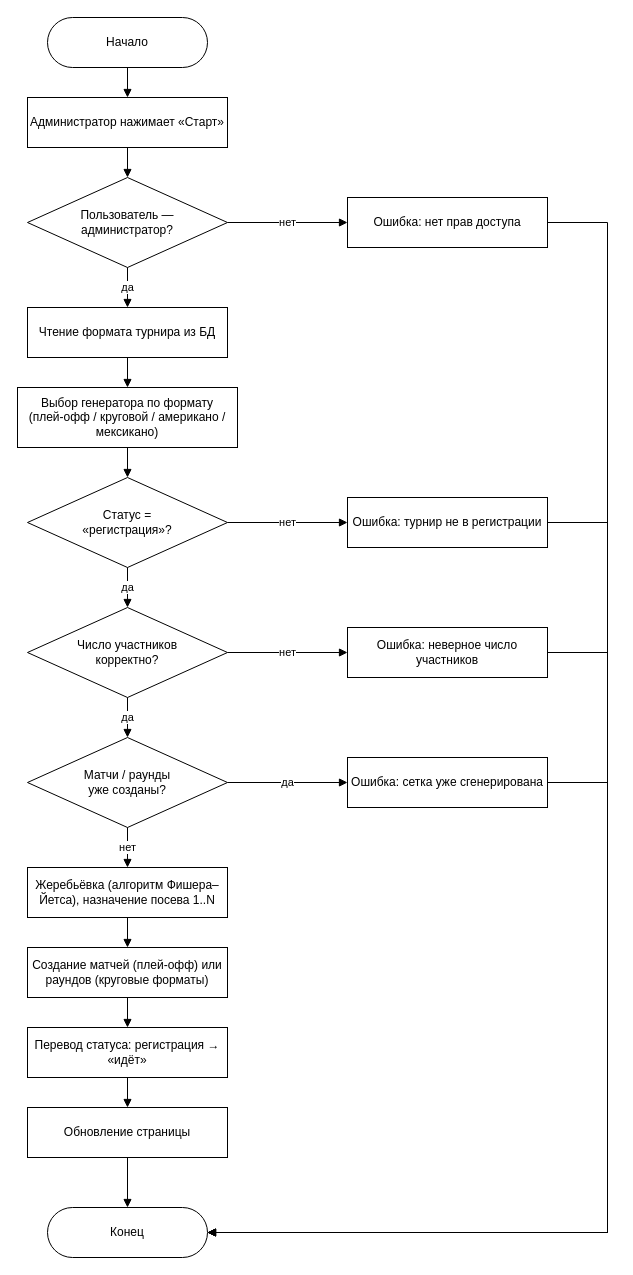
memekas/diplom keeps this draw.io diagram as docs/diagrams/07-algoritm-zapuska.drawio. Above is the earlier version. Source tidied: cells renumbered, new cells numbered last; positions are measured from the earlier drawing's top-left corner, leaving out a move shared by most shapes. Both pictures are drawn from the tidied source at 100%, with x=0, y=0 at pixel (17, 17).
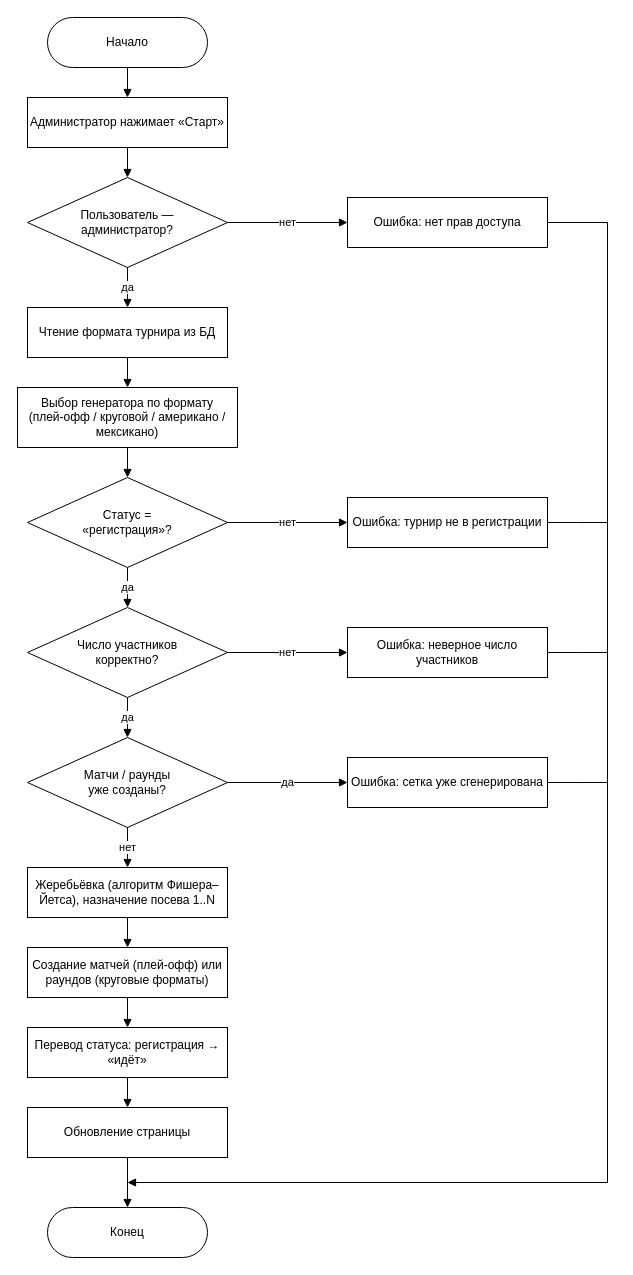
The same diagram, later.

Commit message (it also covers changes not shown here):
docs: fig 7 — линии и стрелки блок-схемы по ГОСТ 19.701 (разд. 4.2)

Ствол ошибок сливается с линией успешного потока ДО терминатора — в «Конец»
входит одна линия сверху (п. 4.2.4); вход справа убран. Притоки в ствол —
голый T-стык без наконечников (стандартное направление, п. 4.2.1), места
слияния смещены (п. 4.2.3). Стрелка осталась только на R→L участке ствола
(нестандартное направление — обязательна по п. 4.2.1). Точки-узлы не ставим.
07.png перерисован.

Unchanged cells that the change refers to:
```xml
<mxCell id="14" value="Конец" style="rounded=1;arcSize=50;whiteSpace=wrap;html=1;" parent="1" vertex="1">
  <mxGeometry x="30" y="1190" width="160" height="50" as="geometry" />
</mxCell>
<mxCell id="15" value="Ошибка: нет прав доступа" style="rounded=0;whiteSpace=wrap;html=1;" parent="1" vertex="1">
  <mxGeometry x="330" y="180" width="200" height="50" as="geometry" />
</mxCell>
<mxCell id="16" value="Ошибка: турнир не в регистрации" style="rounded=0;whiteSpace=wrap;html=1;" parent="1" vertex="1">
  <mxGeometry x="330" y="480" width="200" height="50" as="geometry" />
</mxCell>
<mxCell id="17" value="Ошибка: неверное число участников" style="rounded=0;whiteSpace=wrap;html=1;" parent="1" vertex="1">
  <mxGeometry x="330" y="610" width="200" height="50" as="geometry" />
</mxCell>
<mxCell id="18" value="Ошибка: сетка уже сгенерирована" style="rounded=0;whiteSpace=wrap;html=1;" parent="1" vertex="1">
  <mxGeometry x="330" y="740" width="200" height="50" as="geometry" />
</mxCell>
```

The edit, as a diff of the source:
```diff
@@
-    <mxCell id="35" style="edgeStyle=orthogonalEdgeStyle;rounded=0;html=1;endArrow=block;exitX=1;exitY=0.5;exitDx=0;exitDy=0;entryX=1;entryY=0.5;entryDx=0;entryDy=0;" parent="1" edge="1" source="15" target="14">
+    <mxCell id="35" style="edgeStyle=orthogonalEdgeStyle;rounded=0;html=1;endArrow=block;exitX=1;exitY=0.5;exitDx=0;exitDy=0;" parent="1" edge="1" source="15">
       <mxGeometry relative="1" as="geometry">
+        <mxPoint x="110" y="1165" as="targetPoint" />
         <Array as="points">
           <mxPoint x="590" y="205" />
-          <mxPoint x="590" y="1215" />
+          <mxPoint x="590" y="1165" />
         </Array>
       </mxGeometry>
     </mxCell>
-    <mxCell id="36" style="edgeStyle=orthogonalEdgeStyle;rounded=0;html=1;endArrow=block;exitX=1;exitY=0.5;exitDx=0;exitDy=0;entryX=1;entryY=0.5;entryDx=0;entryDy=0;" parent="1" edge="1" source="16" target="14">
+    <mxCell id="36" style="edgeStyle=orthogonalEdgeStyle;rounded=0;html=1;endArrow=none;exitX=1;exitY=0.5;exitDx=0;exitDy=0;" parent="1" edge="1" source="16">
       <mxGeometry relative="1" as="geometry">
-        <Array as="points">
-          <mxPoint x="590" y="505" />
-          <mxPoint x="590" y="1215" />
-        </Array>
+        <mxPoint x="590" y="505" as="targetPoint" />
       </mxGeometry>
     </mxCell>
-    <mxCell id="37" style="edgeStyle=orthogonalEdgeStyle;rounded=0;html=1;endArrow=block;exitX=1;exitY=0.5;exitDx=0;exitDy=0;entryX=1;entryY=0.5;entryDx=0;entryDy=0;" parent="1" edge="1" source="17" target="14">
+    <mxCell id="37" style="edgeStyle=orthogonalEdgeStyle;rounded=0;html=1;endArrow=none;exitX=1;exitY=0.5;exitDx=0;exitDy=0;" parent="1" edge="1" source="17">
       <mxGeometry relative="1" as="geometry">
-        <Array as="points">
-          <mxPoint x="590" y="635" />
-          <mxPoint x="590" y="1215" />
-        </Array>
+        <mxPoint x="590" y="635" as="targetPoint" />
       </mxGeometry>
     </mxCell>
-    <mxCell id="38" style="edgeStyle=orthogonalEdgeStyle;rounded=0;html=1;endArrow=block;exitX=1;exitY=0.5;exitDx=0;exitDy=0;entryX=1;entryY=0.5;entryDx=0;entryDy=0;" parent="1" edge="1" source="18" target="14">
+    <mxCell id="38" style="edgeStyle=orthogonalEdgeStyle;rounded=0;html=1;endArrow=none;exitX=1;exitY=0.5;exitDx=0;exitDy=0;" parent="1" edge="1" source="18">
       <mxGeometry relative="1" as="geometry">
-        <Array as="points">
-          <mxPoint x="590" y="765" />
-          <mxPoint x="590" y="1215" />
-        </Array>
+        <mxPoint x="590" y="765" as="targetPoint" />
       </mxGeometry>
     </mxCell>
```
